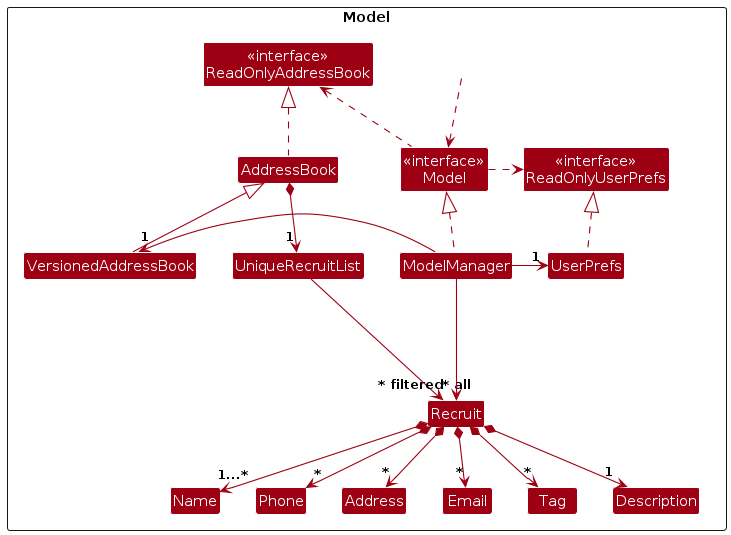
Before: diagrams/ModelClassDiagram.png, a diagram exported from PlantUML (AY2526S1-CS2103T-F09-3/tp). Its source is kept beside it as diagrams/ModelClassDiagram.puml.
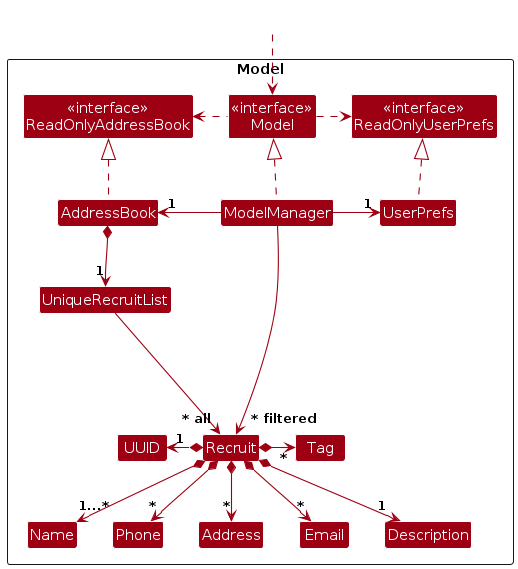
The same file after the commit.

Diff of the diagram source:
```diff
@@ -4,45 +4,50 @@
 skinparam arrowColor MODEL_COLOR
 skinparam classBackgroundColor MODEL_COLOR
 
-Package Model as ModelPackage <<Rectangle>> {
+Package Model as ModelPackage <<Rectangle>>{
 Class "<<interface>>\nReadOnlyAddressBook" as ReadOnlyAddressBook
 Class "<<interface>>\nReadOnlyUserPrefs" as ReadOnlyUserPrefs
 Class "<<interface>>\nModel" as Model
 Class AddressBook
-Class VersionedAddressBook
 Class ModelManager
 Class UserPrefs
 
 Class UniqueRecruitList
 Class Recruit
+Class UUID
 Class Address
 Class Email
 Class Name
 Class Phone
+Class Description
 Class Tag
 
+
 Class I #FFFFFF
+}
+
 Class HiddenOutside #FFFFFF
 HiddenOutside ..> Model
 
 AddressBook .up.|> ReadOnlyAddressBook
-VersionedAddressBook -up-|> AddressBook
 
 ModelManager .up.|> Model
 Model .right.> ReadOnlyUserPrefs
 Model .left.> ReadOnlyAddressBook
-ModelManager -left-> "1" VersionedAddressBook
+ModelManager -left-> "1" AddressBook
 ModelManager -right-> "1" UserPrefs
 UserPrefs .up.|> ReadOnlyUserPrefs
 
 AddressBook *--> "1" UniqueRecruitList
 UniqueRecruitList --> "~* all" Recruit
-Recruit *--> "1...*" Name
+
+Recruit *-left-> "1" UUID
+Recruit *--> "1...*"Name
 Recruit *--> "*" Phone
 Recruit *--> "*" Email
 Recruit *--> "*" Address
 Recruit *--> "1" Description
-Recruit *--> "*" Tag
+Recruit *-right-> "*" Tag
 
 Recruit -[hidden]up--> I
 UniqueRecruitList -[hidden]right-> I
```
